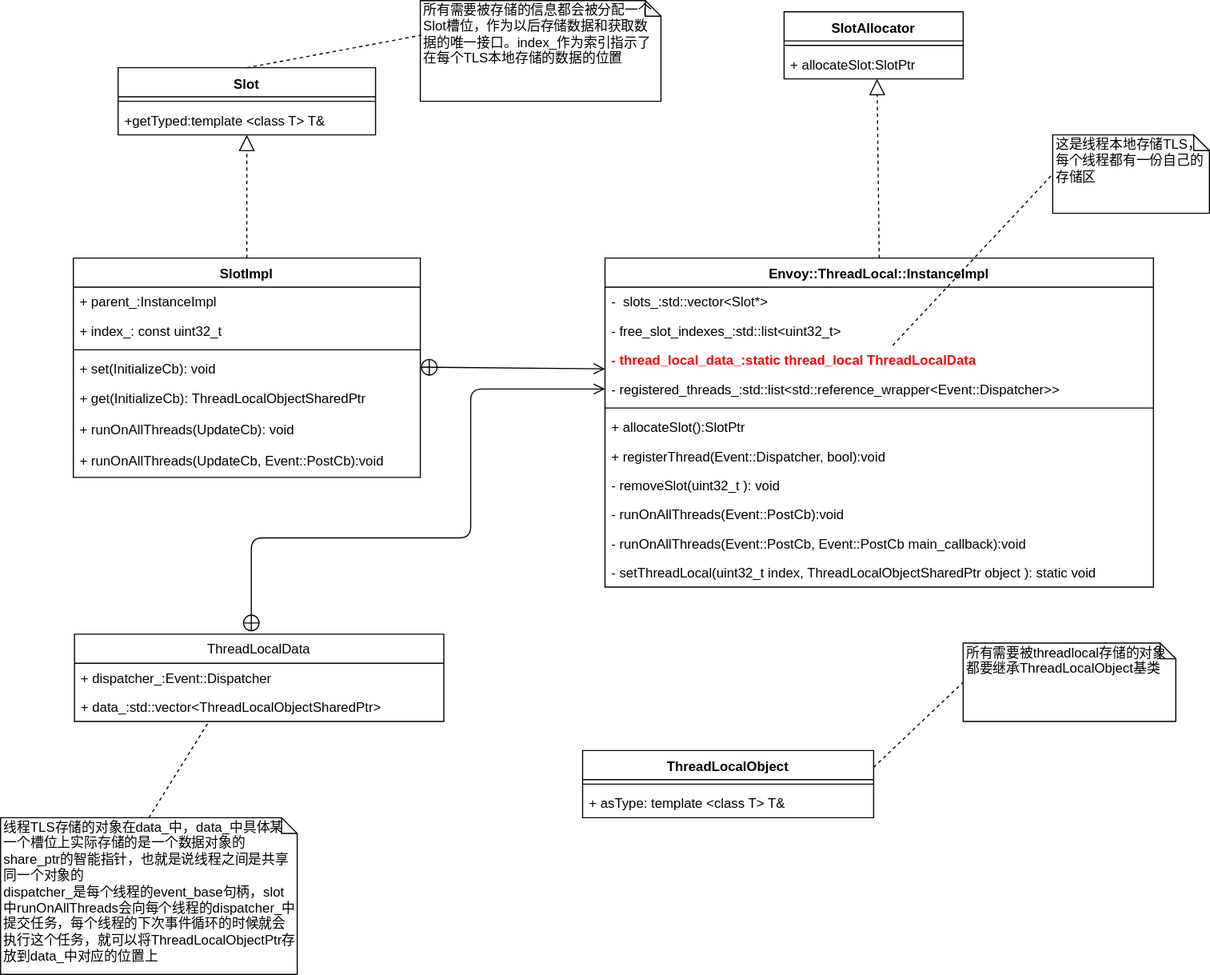
This is envoy/assets/threadlocalclass.drawio.svg from pycer/note, a draw.io export, as it was before one commit. Source tidied: cells renumbered, new cells last; positions are measured from the earlier drawing's top-left corner, leaving out a move shared by most shapes.
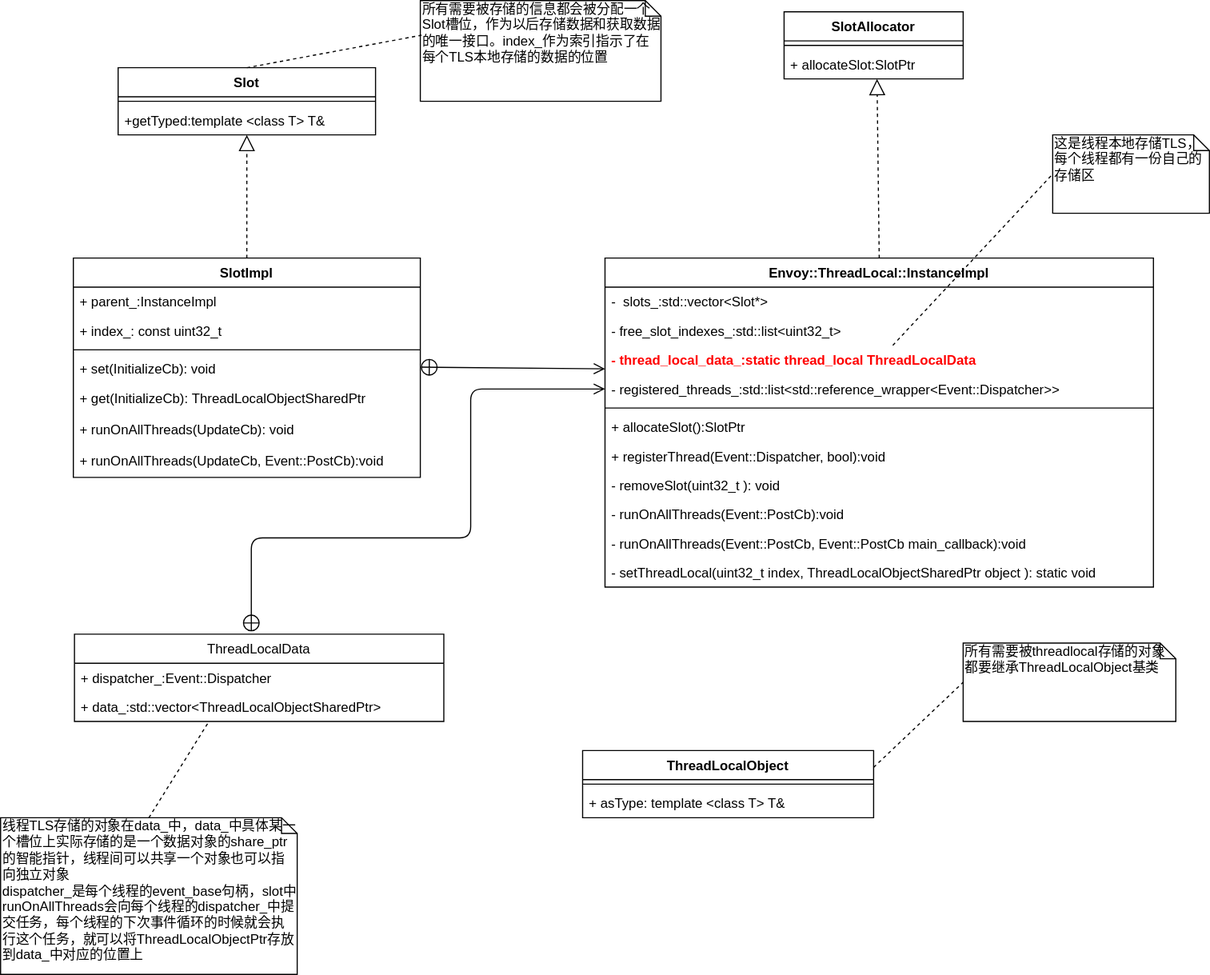
After the commit.

Commit message:
cluster_factory

What changed in the source:
```diff
@@ -139,7 +139,7 @@
     <mxCell id="43" style="endArrow=none;dashed=1;html=1;fontColor=#000000;entryX=0.005;entryY=0.344;entryDx=0;entryDy=0;entryPerimeter=0;exitX=0.5;exitY=0;exitDx=0;exitDy=0;" parent="1" edge="1" source="29" target="42">
       <mxGeometry relative="1" as="geometry" />
     </mxCell>
-    <mxCell id="44" value="线程TLS存储的对象在data_中，data_中具体某一个槽位上实际存储的是一个数据对象的share_ptr的智能指针，也就是说线程之间是共享同一个对象的&lt;br&gt;dispatcher_是每个线程的event_base句柄，slot中runOnAllThreads会向每个线程的dispatcher_中提交任务，每个线程的下次事件循环的时候就会执行这个任务，就可以将ThreadLocalObjectPtr存放到data_中对应的位置上" style="shape=note;whiteSpace=wrap;html=1;size=14;verticalAlign=top;align=left;spacingTop=-6;fontColor=#000000;" parent="1" vertex="1">
+    <mxCell id="44" value="线程TLS存储的对象在data_中，data_中具体某一个槽位上实际存储的是一个数据对象的share_ptr的智能指针，线程间可以共享一个对象也可以指向独立对象&lt;br&gt;dispatcher_是每个线程的event_base句柄，slot中runOnAllThreads会向每个线程的dispatcher_中提交任务，每个线程的下次事件循环的时候就会执行这个任务，就可以将ThreadLocalObjectPtr存放到data_中对应的位置上" style="shape=note;whiteSpace=wrap;html=1;size=14;verticalAlign=top;align=left;spacingTop=-6;fontColor=#000000;" parent="1" vertex="1">
       <mxGeometry y="730" width="265" height="140" as="geometry" />
     </mxCell>
     <mxCell id="45" style="endArrow=none;dashed=1;html=1;fontColor=#000000;entryX=0.364;entryY=1;entryDx=0;entryDy=0;entryPerimeter=0;exitX=0.5;exitY=0;exitDx=0;exitDy=0;exitPerimeter=0;" parent="1" edge="1" source="44" target="26">
```
